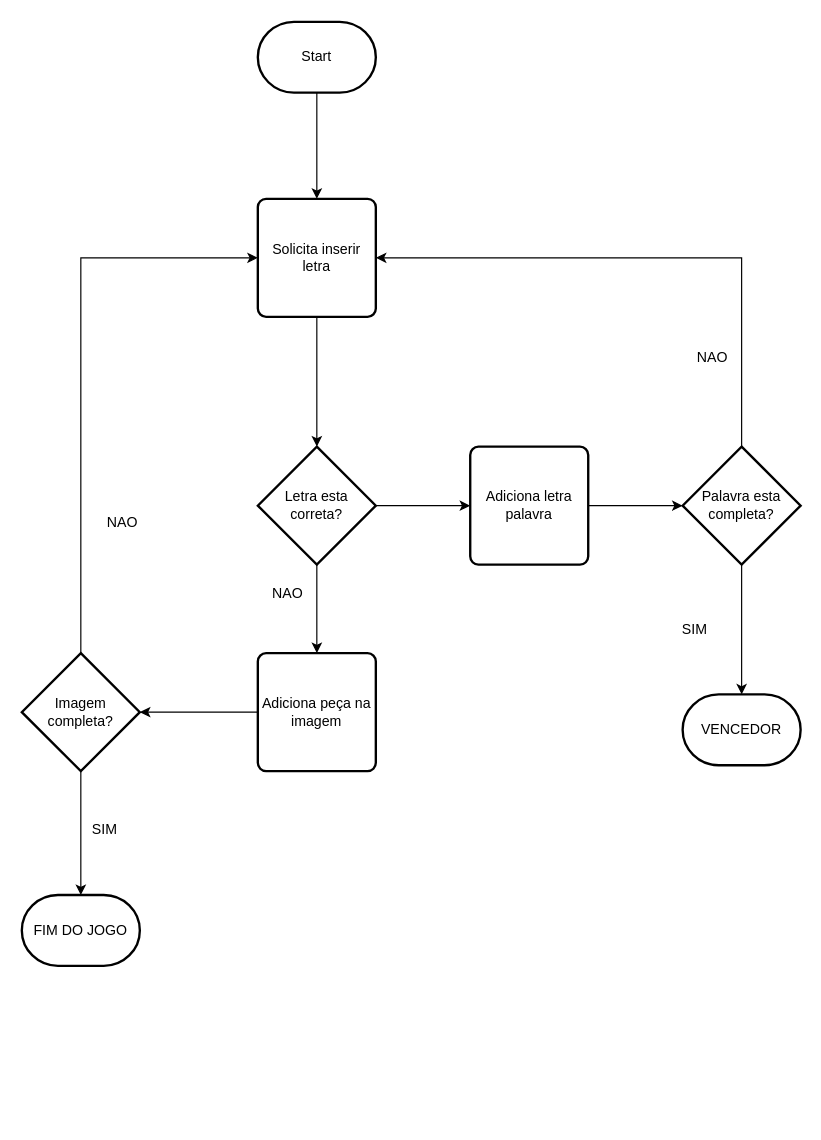
Before: Day7/Untitled Diagram.drawio in Allandpn/Udemy---100-Days-of-Code-The-Complete-Python-Pro-Bootcamp, a draw.io diagram. Source tidied: cells renumbered, new cells numbered last; positions are measured from the earlier drawing's top-left corner, leaving out a move shared by most shapes. Both pictures are drawn from the tidied source at 118%, with x=0, y=0 at pixel (21, 21).
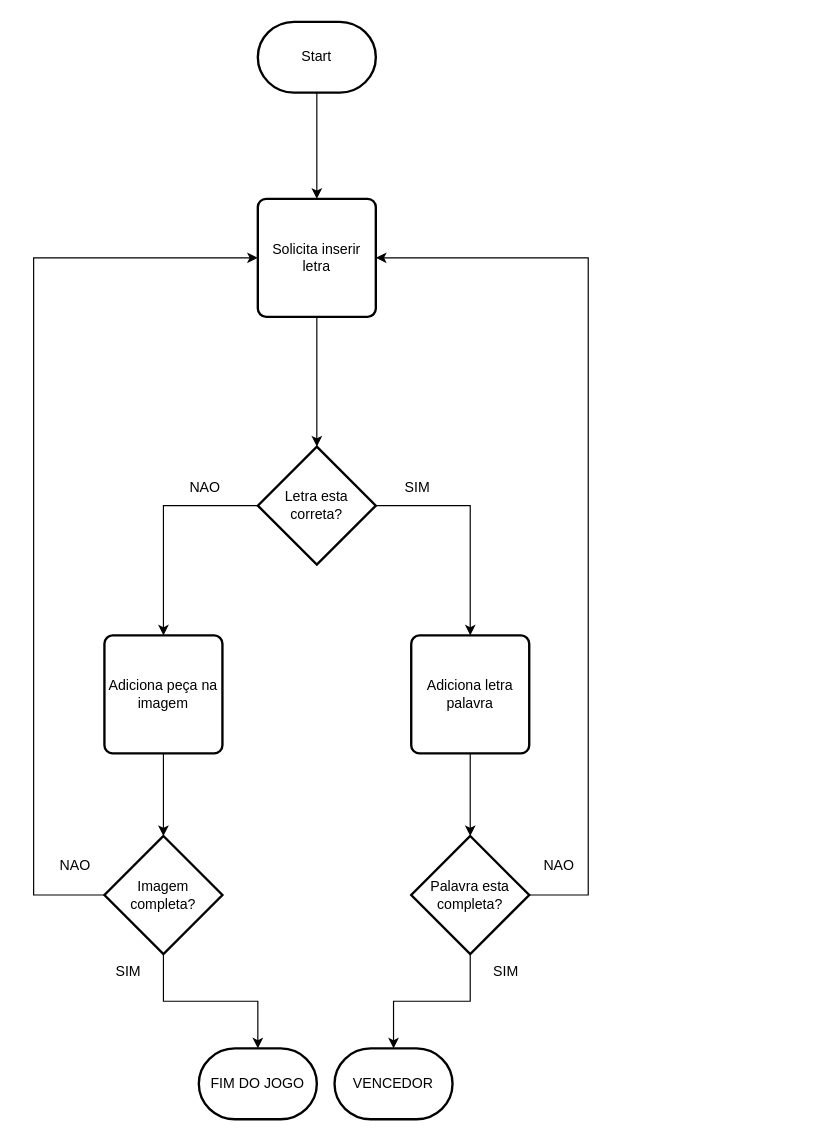
After the change.

Unchanged cells that the change refers to:
```xml
<mxCell id="5" value="Letra esta correta?" style="strokeWidth=2;html=1;shape=mxgraph.flowchart.decision;whiteSpace=wrap;" parent="1" vertex="1">
  <mxGeometry x="200" y="360" width="100" height="100" as="geometry" />
</mxCell>
<mxCell id="7" value="Solicita inserir letra" style="rounded=1;whiteSpace=wrap;html=1;absoluteArcSize=1;arcSize=14;strokeWidth=2;" parent="1" vertex="1">
  <mxGeometry x="200" y="150" width="100" height="100" as="geometry" />
</mxCell>
```

The edit, as a diff of the source:
```diff
@@
-    <mxCell id="4" style="edgeStyle=orthogonalEdgeStyle;rounded=0;jettySize=auto;html=1;entryX=0;entryY=0.5;entryDx=0;entryDy=0;" parent="1" edge="1" source="5" target="18">
+    <mxCell id="4" style="edgeStyle=orthogonalEdgeStyle;rounded=0;jettySize=auto;html=1;" parent="1" edge="1" source="5" target="18">
       <mxGeometry relative="1" as="geometry" />
     </mxCell>
@@
     <mxCell id="8" value="NAO" style="text;html=1;align=center;verticalAlign=middle;strokeColor=none;fillColor=none;" parent="1" vertex="1">
-      <mxGeometry x="200" y="470" width="50" height="30" as="geometry" />
+      <mxGeometry x="20" y="700" width="50" height="30" as="geometry" />
     </mxCell>
-    <mxCell id="9" style="edgeStyle=orthogonalEdgeStyle;rounded=0;jettySize=auto;html=1;entryX=0;entryY=0.5;entryDx=0;entryDy=0;exitX=0.5;exitY=0;exitDx=0;exitDy=0;exitPerimeter=0;" parent="1" edge="1" source="11" target="7">
-      <mxGeometry relative="1" as="geometry" />
+    <mxCell id="9" style="edgeStyle=orthogonalEdgeStyle;rounded=0;jettySize=auto;html=1;entryX=0;entryY=0.5;entryDx=0;entryDy=0;exitX=0;exitY=0.5;exitDx=0;exitDy=0;exitPerimeter=0;" parent="1" edge="1" source="11" target="7">
+      <mxGeometry relative="1" as="geometry">
+        <Array as="points">
+          <mxPoint x="10" y="740" />
+          <mxPoint x="10" y="200" />
+        </Array>
+      </mxGeometry>
     </mxCell>
@@
     <mxCell id="11" value="Imagem completa?" style="strokeWidth=2;html=1;shape=mxgraph.flowchart.decision;whiteSpace=wrap;" parent="1" vertex="1">
-      <mxGeometry y="535" width="100" height="100" as="geometry" />
+      <mxGeometry x="70" y="690" width="100" height="100" as="geometry" />
     </mxCell>
     <mxCell id="12" value="FIM DO JOGO" style="strokeWidth=2;html=1;shape=mxgraph.flowchart.terminator;whiteSpace=wrap;" parent="1" vertex="1">
-      <mxGeometry y="740" width="100" height="60" as="geometry" />
+      <mxGeometry x="150" y="870" width="100" height="60" as="geometry" />
     </mxCell>
     <mxCell id="13" value="NAO" style="text;html=1;align=center;verticalAlign=middle;strokeColor=none;fillColor=none;" parent="1" vertex="1">
-      <mxGeometry x="60" y="410" width="50" height="30" as="geometry" />
+      <mxGeometry x="130" y="380" width="50" height="30" as="geometry" />
     </mxCell>
     <mxCell id="14" value="SIM" style="text;html=1;align=center;verticalAlign=middle;strokeColor=none;fillColor=none;" parent="1" vertex="1">
-      <mxGeometry x="50" y="670" width="40" height="30" as="geometry" />
+      <mxGeometry x="70" y="790" width="40" height="30" as="geometry" />
     </mxCell>
@@
     <mxCell id="16" value="Adiciona peça na imagem" style="rounded=1;whiteSpace=wrap;html=1;absoluteArcSize=1;arcSize=14;strokeWidth=2;" parent="1" vertex="1">
-      <mxGeometry x="200" y="535" width="100" height="100" as="geometry" />
+      <mxGeometry x="70" y="520" width="100" height="100" as="geometry" />
     </mxCell>
-    <mxCell id="17" style="edgeStyle=orthogonalEdgeStyle;rounded=0;jettySize=auto;html=1;entryX=1;entryY=0.5;entryDx=0;entryDy=0;entryPerimeter=0;" parent="1" edge="1" source="16" target="11">
+    <mxCell id="17" style="edgeStyle=orthogonalEdgeStyle;rounded=0;jettySize=auto;html=1;entryX=0.5;entryY=0;entryDx=0;entryDy=0;entryPerimeter=0;" parent="1" edge="1" source="16" target="11">
       <mxGeometry relative="1" as="geometry" />
     </mxCell>
     <mxCell id="18" value="Adiciona letra palavra" style="rounded=1;whiteSpace=wrap;html=1;absoluteArcSize=1;arcSize=14;strokeWidth=2;" parent="1" vertex="1">
-      <mxGeometry x="380" y="360" width="100" height="100" as="geometry" />
+      <mxGeometry x="330" y="520" width="100" height="100" as="geometry" />
     </mxCell>
-    <mxCell id="19" style="edgeStyle=orthogonalEdgeStyle;rounded=0;jettySize=auto;html=1;entryX=1;entryY=0.5;entryDx=0;entryDy=0;exitX=0.5;exitY=0;exitDx=0;exitDy=0;exitPerimeter=0;" parent="1" edge="1" source="21" target="7">
-      <mxGeometry relative="1" as="geometry" />
+    <mxCell id="19" style="edgeStyle=orthogonalEdgeStyle;rounded=0;jettySize=auto;html=1;entryX=1;entryY=0.5;entryDx=0;entryDy=0;exitX=1;exitY=0.5;exitDx=0;exitDy=0;exitPerimeter=0;" parent="1" edge="1" source="21" target="7">
+      <mxGeometry relative="1" as="geometry">
+        <Array as="points">
+          <mxPoint x="480" y="740" />
+          <mxPoint x="480" y="200" />
+        </Array>
+      </mxGeometry>
     </mxCell>
@@
     <mxCell id="21" value="Palavra esta completa?" style="strokeWidth=2;html=1;shape=mxgraph.flowchart.decision;whiteSpace=wrap;" parent="1" vertex="1">
-      <mxGeometry x="560" y="360" width="100" height="100" as="geometry" />
+      <mxGeometry x="330" y="690" width="100" height="100" as="geometry" />
     </mxCell>
-    <mxCell id="22" style="edgeStyle=orthogonalEdgeStyle;rounded=0;jettySize=auto;html=1;entryX=0;entryY=0.5;entryDx=0;entryDy=0;entryPerimeter=0;" parent="1" edge="1" source="18" target="21">
+    <mxCell id="22" style="edgeStyle=orthogonalEdgeStyle;rounded=0;jettySize=auto;html=1;" parent="1" edge="1" source="18" target="21">
       <mxGeometry relative="1" as="geometry" />
     </mxCell>
     <mxCell id="23" value="VENCEDOR" style="strokeWidth=2;html=1;shape=mxgraph.flowchart.terminator;whiteSpace=wrap;" parent="1" vertex="1">
-      <mxGeometry x="560" y="570" width="100" height="60" as="geometry" />
+      <mxGeometry x="265" y="870" width="100" height="60" as="geometry" />
     </mxCell>
     <mxCell id="24" value="NAO" style="text;html=1;align=center;verticalAlign=middle;strokeColor=none;fillColor=none;" parent="1" vertex="1">
-      <mxGeometry x="560" y="270" width="50" height="30" as="geometry" />
+      <mxGeometry x="430" y="700" width="50" height="30" as="geometry" />
     </mxCell>
     <mxCell id="25" value="SIM" style="text;html=1;align=center;verticalAlign=middle;strokeColor=none;fillColor=none;" parent="1" vertex="1">
-      <mxGeometry x="550" y="500" width="40" height="30" as="geometry" />
+      <mxGeometry x="315" y="380" width="40" height="30" as="geometry" />
     </mxCell>
+    <mxCell id="26" value="SIM" style="text;html=1;align=center;verticalAlign=middle;strokeColor=none;fillColor=none;" parent="1" vertex="1">
+      <mxGeometry x="390" y="790" width="40" height="30" as="geometry" />
+    </mxCell>
```
